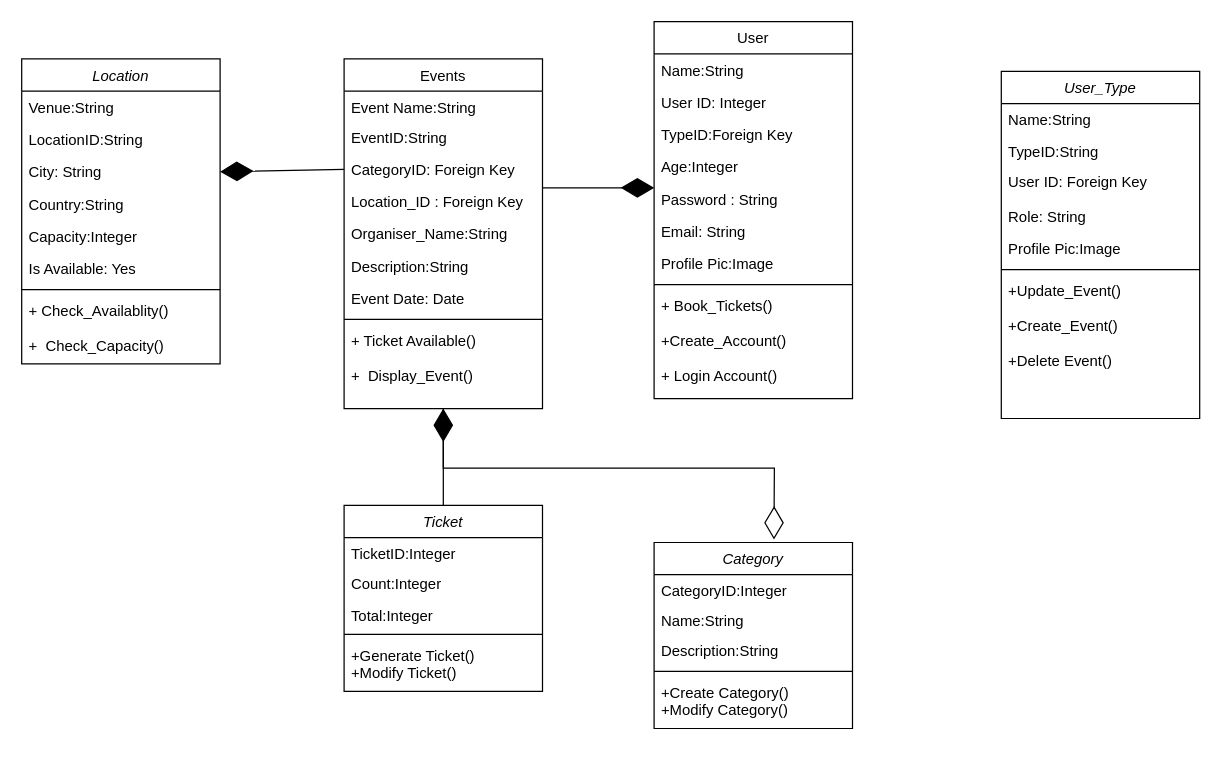
Above: Untitled Diagram.drawio in Stormtroopper/HTML-layout-learning (draw.io), before the change. Source tidied: cells renumbered, new cells numbered last; positions are measured from the earlier drawing's top-left corner, leaving out a move shared by most shapes. Both pictures are drawn from the tidied source at 124%, with x=0, y=0 at pixel (21, 21).
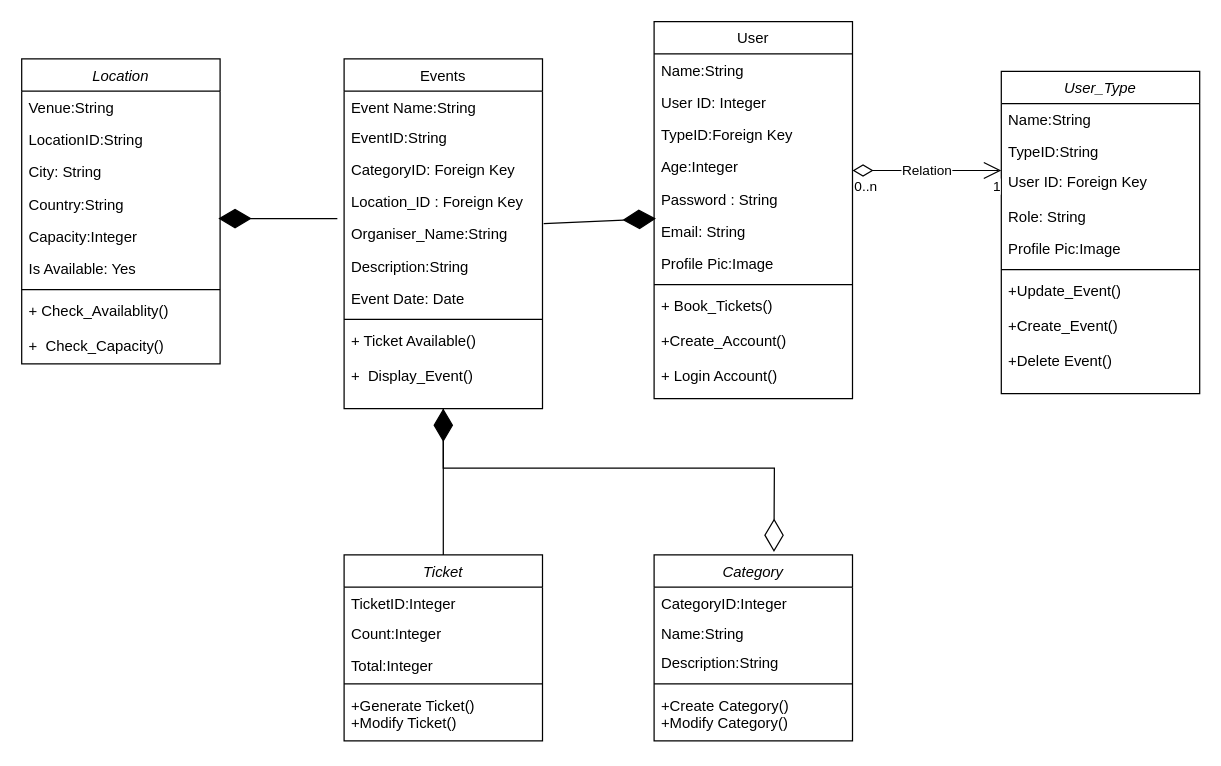
The same diagram, later.

The change refers to these unchanged cells:
```xml
<mxCell id="5" value="CategoryID: Foreign Key" style="text;align=left;verticalAlign=top;spacingLeft=4;spacingRight=4;overflow=hidden;points=[[0,0.5],[1,0.5]];portConstraint=eastwest;rounded=0;shadow=0;html=0;" parent="2" vertex="1">
  <mxGeometry y="76" width="160" height="26" as="geometry" />
</mxCell>
<mxCell id="7" value="Organiser_Name:String" style="text;align=left;verticalAlign=top;spacingLeft=4;spacingRight=4;overflow=hidden;points=[[0,0.5],[1,0.5]];portConstraint=eastwest;rounded=0;shadow=0;html=0;" parent="2" vertex="1">
  <mxGeometry y="128" width="160" height="26" as="geometry" />
</mxCell>
<mxCell id="18" value="Email: String" style="text;align=left;verticalAlign=top;spacingLeft=4;spacingRight=4;overflow=hidden;points=[[0,0.5],[1,0.5]];portConstraint=eastwest;rounded=0;shadow=0;html=0;" parent="12" vertex="1">
  <mxGeometry y="156" width="160" height="26" as="geometry" />
</mxCell>
<mxCell id="40" value="City: String" style="text;align=left;verticalAlign=top;spacingLeft=4;spacingRight=4;overflow=hidden;points=[[0,0.5],[1,0.5]];portConstraint=eastwest;rounded=0;shadow=0;html=0;" parent="37" vertex="1">
  <mxGeometry y="78" width="160" height="26" as="geometry" />
</mxCell>
<mxCell id="41" value="Country:String" style="text;align=left;verticalAlign=top;spacingLeft=4;spacingRight=4;overflow=hidden;points=[[0,0.5],[1,0.5]];portConstraint=eastwest;rounded=0;shadow=0;html=0;" parent="37" vertex="1">
  <mxGeometry y="104" width="160" height="26" as="geometry" />
</mxCell>
```

Change to the diagram source:
```diff
@@
     <mxCell id="22" value="Ticket" style="swimlane;fontStyle=2;align=center;verticalAlign=top;horizontal=1;startSize=26;rounded=0;shadow=0;strokeWidth=1;" parent="1" vertex="1">
-      <mxGeometry x="260" y="390" width="160" height="150" as="geometry" />
+      <mxGeometry x="260" y="430" width="160" height="150" as="geometry" />
     </mxCell>
@@
-    <mxCell id="28" style="endArrow=diamondThin;endFill=1;endSize=24;html=1;rounded=0;" parent="1" edge="1">
-      <mxGeometry relative="1" as="geometry">
-        <mxPoint x="420" y="134" as="sourcePoint" />
-        <mxPoint x="510" y="134" as="targetPoint" />
-      </mxGeometry>
+    <mxCell id="28" style="endArrow=diamondThin;endFill=1;endSize=24;html=1;rounded=0;exitX=1.006;exitY=0.185;exitDx=0;exitDy=0;exitPerimeter=0;entryX=0.009;entryY=0.108;entryDx=0;entryDy=0;entryPerimeter=0;" parent="1" edge="1" source="7" target="18">
+      <mxGeometry relative="1" as="geometry" />
     </mxCell>
     <mxCell id="29" value="Category" style="swimlane;fontStyle=2;align=center;verticalAlign=top;horizontal=1;startSize=26;rounded=0;shadow=0;strokeWidth=1;" parent="1" vertex="1">
-      <mxGeometry x="510" y="420" width="160" height="150" as="geometry" />
+      <mxGeometry x="510" y="430" width="160" height="150" as="geometry" />
     </mxCell>
@@
-    <mxCell id="46" style="endArrow=diamondThin;endFill=1;endSize=24;html=1;rounded=0;exitX=0;exitY=0.5;exitDx=0;exitDy=0;entryX=1;entryY=0.5;entryDx=0;entryDy=0;" parent="1" edge="1" source="5" target="40">
+    <mxCell id="46" style="endArrow=diamondThin;endFill=1;endSize=24;html=1;rounded=0;exitX=-0.034;exitY=0.031;exitDx=0;exitDy=0;entryX=0.991;entryY=0.954;entryDx=0;entryDy=0;exitPerimeter=0;entryPerimeter=0;" parent="1" edge="1" source="7" target="41">
       <mxGeometry relative="1" as="geometry" />
     </mxCell>
     <mxCell id="47" value="User_Type" style="swimlane;fontStyle=2;align=center;verticalAlign=top;horizontal=1;startSize=26;rounded=0;shadow=0;strokeWidth=1;" parent="1" vertex="1">
-      <mxGeometry x="790" y="40" width="160" height="280" as="geometry" />
+      <mxGeometry x="790" y="40" width="160" height="260" as="geometry" />
     </mxCell>
@@
+    <mxCell id="54" value="Relation" style="endArrow=open;html=1;endSize=12;startArrow=diamondThin;startSize=14;startFill=0;edgeStyle=orthogonalEdgeStyle;rounded=0;" parent="1" edge="1">
+      <mxGeometry relative="1" as="geometry">
+        <mxPoint x="670" y="120" as="sourcePoint" />
+        <mxPoint x="790" y="120" as="targetPoint" />
+      </mxGeometry>
+    </mxCell>
+    <mxCell id="55" value="0..n" style="edgeLabel;html=1;align=left;verticalAlign=top;" parent="54" vertex="1">
+      <mxGeometry x="-1" relative="1" as="geometry" />
+    </mxCell>
+    <mxCell id="56" value="1" style="edgeLabel;html=1;align=right;verticalAlign=top;" parent="54" vertex="1">
+      <mxGeometry x="1" relative="1" as="geometry" />
+    </mxCell>
```
